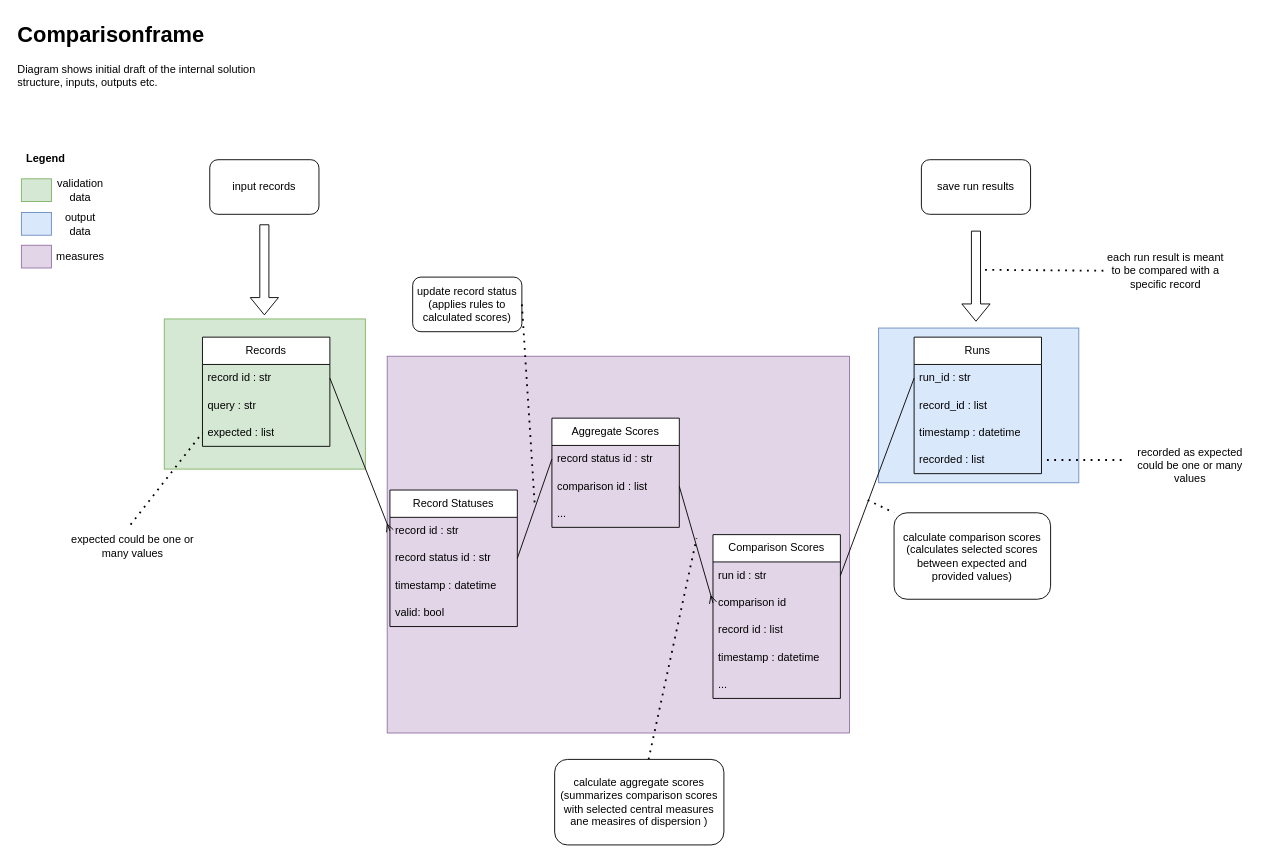
The draw.io diagram drawio/comparisonframe.drawio in Kiril-Mordan/reusables, before the edit. Source tidied: cells renumbered, new cells numbered last; positions are measured from the earlier drawing's top-left corner, leaving out a move shared by most shapes. Both pictures are drawn from the tidied source at 91%, with x=0, y=0 at pixel (15, 15).
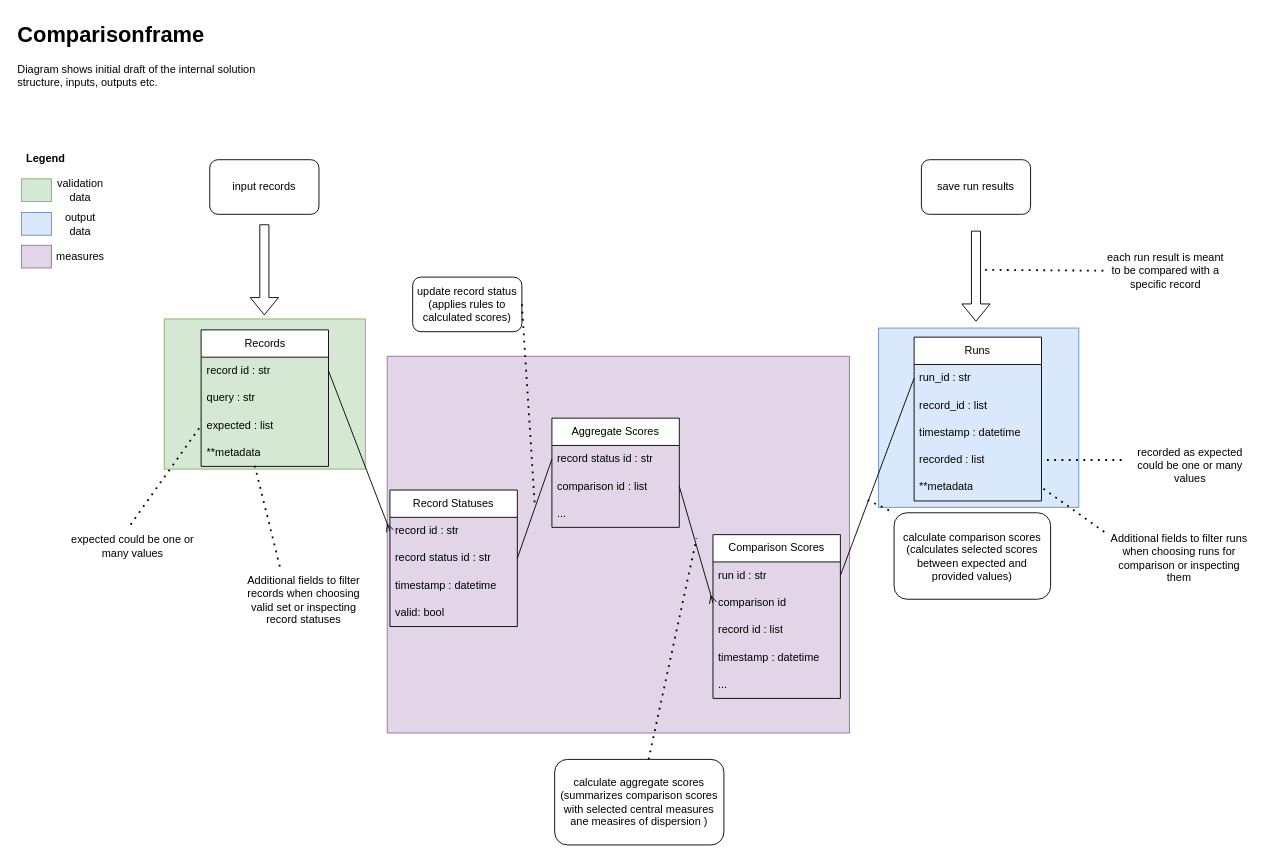
The same page after the edit.

Commit message (it also covers changes not shown here):
[comparisonframe] metadata for records and runs

What changed in the source:
```diff
@@
     <mxCell id="3" style="rounded=0;whiteSpace=wrap;html=1;fillColor=#dae8fc;strokeColor=#6c8ebf;" parent="1" vertex="1">
-      <mxGeometry x="948" y="343" width="220" height="170" as="geometry" />
+      <mxGeometry x="948" y="343" width="220" height="197" as="geometry" />
     </mxCell>
@@
     <mxCell id="5" value="Records" style="swimlane;fontStyle=0;horizontal=1;startSize=30;whiteSpace=wrap;html=1;" parent="1" vertex="1">
-      <mxGeometry x="205" y="353" width="140" height="120" as="geometry" />
+      <mxGeometry x="203.5" y="345" width="140" height="150" as="geometry" />
     </mxCell>
@@
+    <mxCell id="57" value="**metadata" style="text;strokeColor=none;fillColor=none;align=left;verticalAlign=middle;spacingLeft=4;spacingRight=4;overflow=hidden;points=[[0,0.5],[1,0.5]];portConstraint=eastwest;whiteSpace=wrap;html=1;" parent="5" vertex="1">
+      <mxGeometry y="120" width="140" height="30" as="geometry" />
+    </mxCell>
@@
     <mxCell id="13" value="Runs" style="swimlane;fontStyle=0;horizontal=1;startSize=30;whiteSpace=wrap;html=1;" parent="1" vertex="1">
-      <mxGeometry x="987" y="353" width="140" height="150" as="geometry" />
+      <mxGeometry x="987" y="353" width="140" height="180" as="geometry" />
     </mxCell>
@@
+    <mxCell id="58" value="**metadata" style="text;strokeColor=none;fillColor=none;align=left;verticalAlign=middle;spacingLeft=4;spacingRight=4;overflow=hidden;points=[[0,0.5],[1,0.5]];portConstraint=eastwest;whiteSpace=wrap;html=1;" parent="13" vertex="1">
+      <mxGeometry y="150" width="140" height="30" as="geometry" />
+    </mxCell>
@@
+    <mxCell id="59" value="Additional fields to filter records when choosing valid set or inspecting record statuses" style="text;html=1;align=center;verticalAlign=middle;whiteSpace=wrap;rounded=0;" parent="1" vertex="1">
+      <mxGeometry x="253" y="612" width="127" height="59" as="geometry" />
+    </mxCell>
+    <mxCell id="60" style="endArrow=none;dashed=1;html=1;dashPattern=1 3;strokeWidth=2;rounded=0;entryX=0.418;entryY=0.917;entryDx=0;entryDy=0;entryPerimeter=0;" parent="1" edge="1" target="57">
+      <mxGeometry relative="1" as="geometry">
+        <mxPoint x="290" y="605" as="sourcePoint" />
+      </mxGeometry>
+    </mxCell>
+    <mxCell id="61" value="Additional fields to filter runs when choosing runs for comparison or inspecting them" style="text;html=1;align=center;verticalAlign=middle;whiteSpace=wrap;rounded=0;" parent="1" vertex="1">
+      <mxGeometry x="1201" y="572" width="155" height="48" as="geometry" />
+    </mxCell>
+    <mxCell id="62" style="endArrow=none;dashed=1;html=1;dashPattern=1 3;strokeWidth=2;rounded=0;entryX=1;entryY=0.5;entryDx=0;entryDy=0;" parent="1" edge="1" target="58">
+      <mxGeometry relative="1" as="geometry">
+        <mxPoint x="1196" y="567" as="sourcePoint" />
+      </mxGeometry>
+    </mxCell>
```
